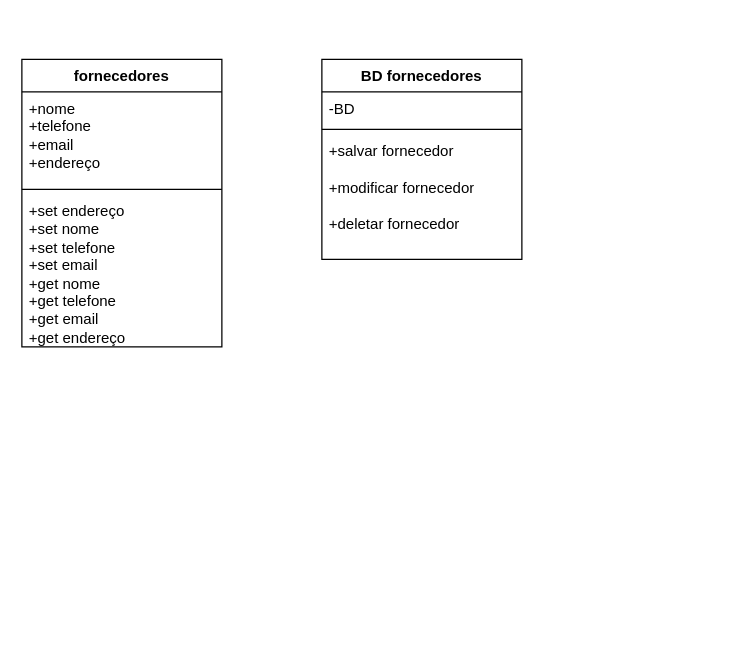
Before: page "Página-2" (2 of 5) of Doc/classes.drawio in bryan0000000/fluxogramas, a draw.io diagram. Source tidied: cells renumbered, new cells numbered last; positions are measured from the earlier drawing's top-left corner, leaving out a move shared by most shapes. Both pictures are drawn from the tidied source at 125%, with x=0, y=0 at pixel (21, 59).
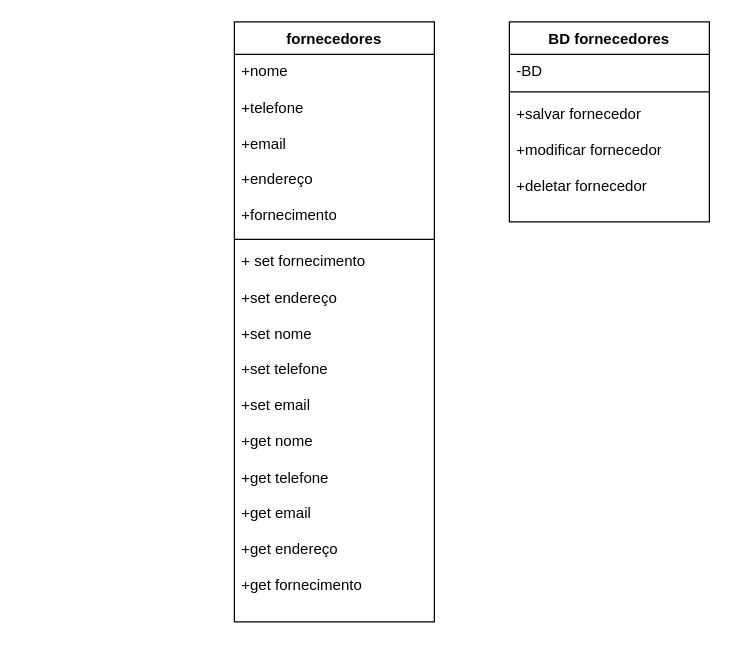
Above is the later version.

Change to the diagram source:
```diff
@@
 <mxGraphModel>
   <root>
     <mxCell id="0" />
     <mxCell id="1" parent="0" />
     <mxCell id="2" value="fornecedores" style="swimlane;fontStyle=1;align=center;verticalAlign=top;horizontal=1;startSize=26;whiteSpace=wrap;html=1;" parent="1" vertex="1">
-      <mxGeometry width="160" height="230" as="geometry" />
+      <mxGeometry x="170" y="-30" width="160" height="480" as="geometry" />
     </mxCell>
-    <mxCell id="3" value="&lt;div&gt;+nome&lt;/div&gt;&lt;div&gt;+telefone&lt;/div&gt;&lt;div&gt;+email&lt;/div&gt;&lt;div&gt;+endereço&lt;/div&gt;" style="text;strokeColor=none;fillColor=none;align=left;verticalAlign=top;spacingLeft=4;spacingRight=4;overflow=hidden;whiteSpace=wrap;html=1;" parent="2" vertex="1">
-      <mxGeometry y="26" width="160" height="74" as="geometry" />
+    <mxCell id="3" value="&lt;div&gt;+nome&lt;/div&gt;&lt;div&gt;&lt;br&gt;&lt;/div&gt;&lt;div&gt;+telefone&lt;/div&gt;&lt;div&gt;&lt;br&gt;&lt;/div&gt;&lt;div&gt;+email&lt;/div&gt;&lt;div&gt;&lt;br&gt;&lt;/div&gt;&lt;div&gt;+endereço&lt;/div&gt;&lt;div&gt;&lt;br&gt;&lt;/div&gt;&lt;div&gt;+fornecimento&lt;/div&gt;" style="text;strokeColor=none;fillColor=none;align=left;verticalAlign=top;spacingLeft=4;spacingRight=4;overflow=hidden;whiteSpace=wrap;html=1;" parent="2" vertex="1">
+      <mxGeometry y="26" width="160" height="144" as="geometry" />
     </mxCell>
     <mxCell id="4" style="line;strokeWidth=1;fillColor=none;align=left;verticalAlign=middle;spacingTop=-1;spacingLeft=3;spacingRight=3;labelPosition=right;strokeColor=inherit;" parent="2" vertex="1">
-      <mxGeometry y="100" width="160" height="8" as="geometry" />
+      <mxGeometry y="170" width="160" height="8" as="geometry" />
     </mxCell>
-    <mxCell id="5" value="&lt;div&gt;+set endereço&lt;/div&gt;&lt;div&gt;+set nome&lt;br&gt;&lt;/div&gt;&lt;div&gt;+set telefone&lt;/div&gt;&lt;div&gt;&lt;span style=&quot;background-color: initial;&quot;&gt;+set email&lt;/span&gt;&lt;br&gt;&lt;/div&gt;&lt;div&gt;&lt;span style=&quot;background-color: initial;&quot;&gt;+get nome&lt;/span&gt;&lt;/div&gt;&lt;div&gt;+get telefone&lt;/div&gt;&lt;div&gt;+get email&lt;br&gt;&lt;/div&gt;&lt;div&gt;+get endereço&lt;/div&gt;" style="text;strokeColor=none;fillColor=none;align=left;verticalAlign=top;spacingLeft=4;spacingRight=4;overflow=hidden;whiteSpace=wrap;html=1;" parent="2" vertex="1">
-      <mxGeometry y="108" width="160" height="122" as="geometry" />
+    <mxCell id="5" value="&lt;div&gt;+ set fornecimento&lt;/div&gt;&lt;div&gt;&lt;br&gt;&lt;/div&gt;&lt;div&gt;+set endereço&lt;/div&gt;&lt;div&gt;&lt;br&gt;&lt;/div&gt;&lt;div&gt;+set nome&lt;br&gt;&lt;/div&gt;&lt;div&gt;&lt;br&gt;&lt;/div&gt;&lt;div&gt;+set telefone&lt;/div&gt;&lt;div&gt;&lt;br&gt;&lt;/div&gt;&lt;div&gt;&lt;span style=&quot;background-color: initial;&quot;&gt;+set email&lt;/span&gt;&lt;br&gt;&lt;/div&gt;&lt;div&gt;&lt;span style=&quot;background-color: initial;&quot;&gt;&lt;br&gt;&lt;/span&gt;&lt;/div&gt;&lt;div&gt;&lt;span style=&quot;background-color: initial;&quot;&gt;+get nome&lt;/span&gt;&lt;/div&gt;&lt;div&gt;&lt;span style=&quot;background-color: initial;&quot;&gt;&lt;br&gt;&lt;/span&gt;&lt;/div&gt;&lt;div&gt;+get telefone&lt;/div&gt;&lt;div&gt;&lt;br&gt;&lt;/div&gt;&lt;div&gt;+get email&lt;br&gt;&lt;/div&gt;&lt;div&gt;&lt;br&gt;&lt;/div&gt;&lt;div&gt;+get endereço&lt;/div&gt;&lt;div&gt;&lt;br&gt;&lt;/div&gt;&lt;div&gt;+get fornecimento&lt;/div&gt;" style="text;strokeColor=none;fillColor=none;align=left;verticalAlign=top;spacingLeft=4;spacingRight=4;overflow=hidden;whiteSpace=wrap;html=1;" parent="2" vertex="1">
+      <mxGeometry y="178" width="160" height="302" as="geometry" />
     </mxCell>
     <mxCell id="6" value="BD fornecedores" style="swimlane;fontStyle=1;align=center;verticalAlign=top;horizontal=1;startSize=26;whiteSpace=wrap;html=1;" parent="1" vertex="1">
-      <mxGeometry x="240" width="160" height="160" as="geometry" />
+      <mxGeometry x="390" y="-30" width="160" height="160" as="geometry" />
     </mxCell>
     <mxCell id="7" value="-BD" style="text;strokeColor=none;fillColor=none;align=left;verticalAlign=top;spacingLeft=4;spacingRight=4;overflow=hidden;whiteSpace=wrap;html=1;" parent="6" vertex="1">
       <mxGeometry y="26" width="160" height="26" as="geometry" />
     </mxCell>
     <mxCell id="8" style="line;strokeWidth=1;fillColor=none;align=left;verticalAlign=middle;spacingTop=-1;spacingLeft=3;spacingRight=3;labelPosition=right;strokeColor=inherit;" parent="6" vertex="1">
       <mxGeometry y="52" width="160" height="8" as="geometry" />
     </mxCell>
     <mxCell id="9" value="+salvar fornecedor&lt;div&gt;&lt;br&gt;&lt;/div&gt;&lt;div&gt;+modificar fornecedor&lt;/div&gt;&lt;div&gt;&lt;br&gt;&lt;/div&gt;&lt;div&gt;+deletar fornecedor&lt;/div&gt;" style="text;strokeColor=none;fillColor=none;align=left;verticalAlign=top;spacingLeft=4;spacingRight=4;overflow=hidden;whiteSpace=wrap;html=1;" parent="6" vertex="1">
       <mxGeometry y="60" width="160" height="100" as="geometry" />
     </mxCell>
   </root>
 </mxGraphModel>
```
